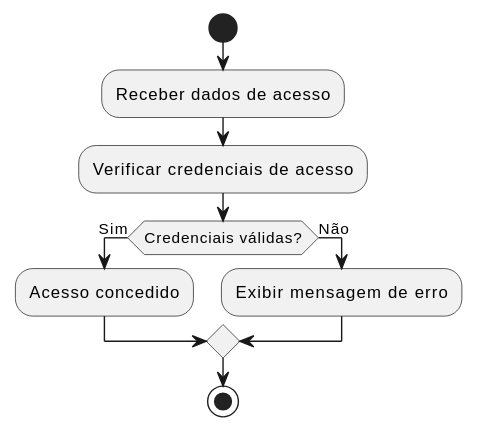
Above: specs/diagramas_atv/svg/uml_usuario_atv02.svg in Phenrique-sousa/APS-documents (PlantUML), before the change.
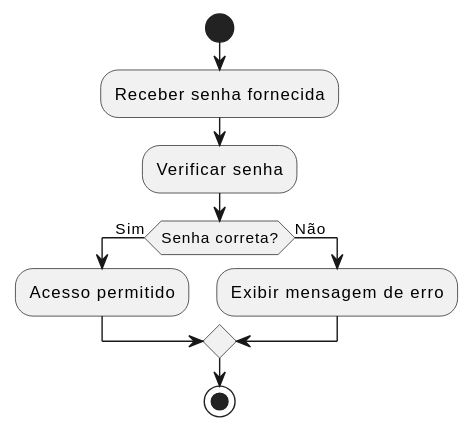
The same diagram one commit later.

Diff of the diagram source:
```diff
@@ -1,10 +1,10 @@
 @startuml
 start
 
-:Receber dados de acesso;
-:Verificar credenciais de acesso;
-if (Credenciais válidas?) then (Sim)
-  :Acesso concedido;
+:Receber senha fornecida;
+:Verificar senha;
+if (Senha correta?) then (Sim)
+  :Acesso permitido;
 else (Não)
   :Exibir mensagem de erro;
 endif
```
